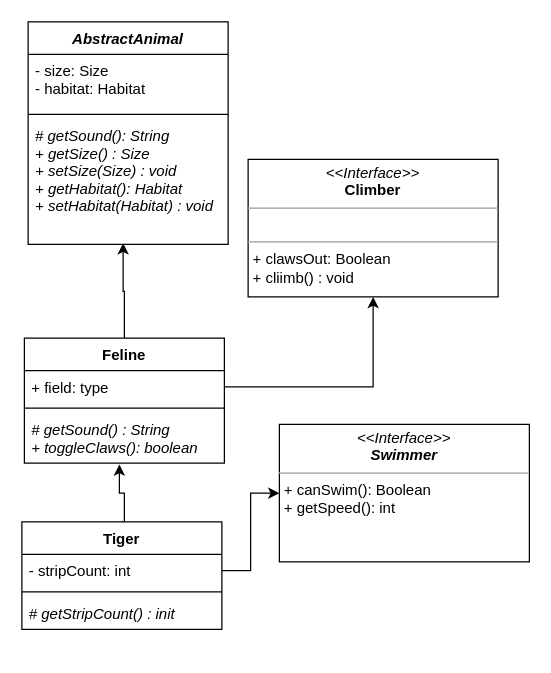
Earlier version of the draw.io diagram KnowledgeChecks/src/Polymorphism25/UMLDesign.drawio (coloradostateuniversity/CSUCS1ClassExamples). Source tidied: cells renumbered, new cells numbered last; positions are measured from the earlier drawing's top-left corner, leaving out a move shared by most shapes. Both pictures are drawn from the tidied source at 125%, with x=0, y=0 at pixel (21, 21).
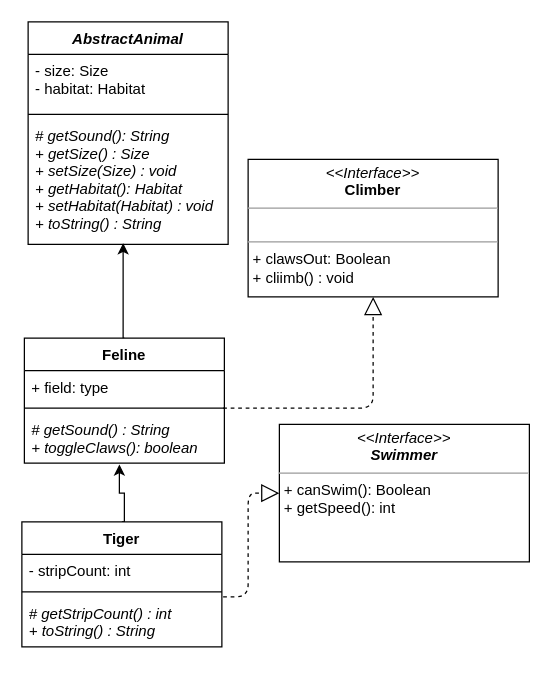
After the change.

The change refers to these unchanged cells:
```xml
<mxCell id="3" value="&lt;p style=&quot;margin: 0px ; margin-top: 4px ; text-align: center&quot;&gt;&lt;i&gt;&amp;lt;&amp;lt;Interface&amp;gt;&amp;gt;&lt;/i&gt;&lt;br&gt;&lt;b&gt;Climber&lt;/b&gt;&lt;/p&gt;&lt;hr size=&quot;1&quot;&gt;&lt;p style=&quot;margin: 0px ; margin-left: 4px&quot;&gt;&lt;br&gt;&lt;/p&gt;&lt;hr size=&quot;1&quot;&gt;&lt;p style=&quot;margin: 0px ; margin-left: 4px&quot;&gt;+ clawsOut: Boolean&lt;br&gt;&lt;/p&gt;&lt;p style=&quot;margin: 0px ; margin-left: 4px&quot;&gt;+ cliimb() : void&lt;/p&gt;" style="verticalAlign=top;align=left;overflow=fill;fontSize=12;fontFamily=Helvetica;html=1;" parent="1" vertex="1">
  <mxGeometry x="181" y="110" width="200" height="110" as="geometry" />
</mxCell>
<mxCell id="5" value="AbstractAnimal" style="swimlane;fontStyle=3;align=center;verticalAlign=top;horizontal=1;startSize=26;" parent="1" vertex="1">
  <mxGeometry x="5" width="160" height="178" as="geometry" />
</mxCell>
<mxCell id="9" value="Feline" style="swimlane;fontStyle=1;align=center;verticalAlign=top;horizontal=1;startSize=26;" parent="1" vertex="1">
  <mxGeometry x="2" y="253" width="160" height="100" as="geometry" />
</mxCell>
<mxCell id="10" value="+ field: type" style="text;strokeColor=none;fillColor=none;align=left;verticalAlign=top;spacingLeft=4;spacingRight=4;overflow=hidden;points=[[0,0.5],[1,0.5]];portConstraint=eastwest;" parent="9" vertex="1">
  <mxGeometry y="26" width="160" height="26" as="geometry" />
</mxCell>
<mxCell id="12" value="# getSound() : String&#10;+ toggleClaws(): boolean" style="text;strokeColor=none;fillColor=none;align=left;verticalAlign=top;spacingLeft=4;spacingRight=4;overflow=hidden;points=[[0,0.5],[1,0.5]];portConstraint=eastwest;fontStyle=2;" parent="9" vertex="1">
  <mxGeometry y="60" width="160" height="40" as="geometry" />
</mxCell>
<mxCell id="13" value="&lt;p style=&quot;margin: 0px ; margin-top: 4px ; text-align: center&quot;&gt;&lt;i&gt;&amp;lt;&amp;lt;Interface&amp;gt;&amp;gt;&lt;br&gt;&lt;b&gt;Swimmer&lt;/b&gt;&lt;/i&gt;&lt;/p&gt;&lt;hr size=&quot;1&quot;&gt;&lt;p style=&quot;margin: 0px ; margin-left: 4px&quot;&gt;+ canSwim(): Boolean&lt;br&gt;&lt;/p&gt;&lt;p style=&quot;margin: 0px ; margin-left: 4px&quot;&gt;+ getSpeed(): int&lt;/p&gt;" style="verticalAlign=top;align=left;overflow=fill;fontSize=12;fontFamily=Helvetica;html=1;" parent="1" vertex="1">
  <mxGeometry x="206" y="322" width="200" height="110" as="geometry" />
</mxCell>
<mxCell id="17" value="- stripCount: int" style="text;strokeColor=none;fillColor=none;align=left;verticalAlign=top;spacingLeft=4;spacingRight=4;overflow=hidden;points=[[0,0.5],[1,0.5]];portConstraint=eastwest;" parent="16" vertex="1">
  <mxGeometry y="26" width="160" height="26" as="geometry" />
</mxCell>
```

Diff of the diagram source:
```diff
@@
     <mxCell id="2" style="edgeStyle=orthogonalEdgeStyle;rounded=0;jettySize=auto;html=1;exitX=0.5;exitY=0;exitDx=0;exitDy=0;entryX=0.475;entryY=0.99;entryDx=0;entryDy=0;entryPerimeter=0;" parent="1" edge="1" source="9" target="8">
-      <mxGeometry relative="1" as="geometry" />
+      <mxGeometry relative="1" as="geometry">
+        <Array as="points">
+          <mxPoint x="81" y="253" />
+        </Array>
+      </mxGeometry>
     </mxCell>
@@
-    <mxCell id="4" style="edgeStyle=orthogonalEdgeStyle;rounded=0;jettySize=auto;html=1;exitX=1;exitY=0.5;exitDx=0;exitDy=0;" parent="1" edge="1" source="10" target="3">
-      <mxGeometry relative="1" as="geometry" />
-    </mxCell>
@@
-    <mxCell id="8" value="# getSound(): String&#10;+ getSize() : Size&#10;+ setSize(Size) : void&#10;+ getHabitat(): Habitat&#10;+ setHabitat(Habitat) : void" style="text;strokeColor=none;fillColor=none;align=left;verticalAlign=top;spacingLeft=4;spacingRight=4;overflow=hidden;points=[[0,0.5],[1,0.5]];portConstraint=eastwest;fontStyle=2;" parent="5" vertex="1">
+    <mxCell id="8" value="# getSound(): String&#10;+ getSize() : Size&#10;+ setSize(Size) : void&#10;+ getHabitat(): Habitat&#10;+ setHabitat(Habitat) : void&#10;+ toString() : String" style="text;strokeColor=none;fillColor=none;align=left;verticalAlign=top;spacingLeft=4;spacingRight=4;overflow=hidden;points=[[0,0.5],[1,0.5]];portConstraint=eastwest;fontStyle=2;" parent="5" vertex="1">
       <mxGeometry y="78" width="160" height="100" as="geometry" />
     </mxCell>
@@
-    <mxCell id="14" style="edgeStyle=orthogonalEdgeStyle;rounded=0;jettySize=auto;html=1;exitX=1;exitY=0.5;exitDx=0;exitDy=0;" parent="1" edge="1" source="17" target="13">
-      <mxGeometry relative="1" as="geometry" />
-    </mxCell>
@@
     <mxCell id="16" value="Tiger" style="swimlane;fontStyle=1;align=center;verticalAlign=top;horizontal=1;startSize=26;" parent="1" vertex="1">
-      <mxGeometry y="400" width="160" height="86" as="geometry" />
+      <mxGeometry y="400" width="160" height="100" as="geometry" />
     </mxCell>
@@
-    <mxCell id="19" value="# getStripCount() : init" style="text;strokeColor=none;fillColor=none;align=left;verticalAlign=top;spacingLeft=4;spacingRight=4;overflow=hidden;fontStyle=2;" parent="16" vertex="1">
-      <mxGeometry y="60" width="160" height="26" as="geometry" />
+    <mxCell id="19" value="# getStripCount() : int&#10;+ toString() : String" style="text;strokeColor=none;fillColor=none;align=left;verticalAlign=top;spacingLeft=4;spacingRight=4;overflow=hidden;fontStyle=2;" parent="16" vertex="1">
+      <mxGeometry y="60" width="160" height="40" as="geometry" />
     </mxCell>
+    <mxCell id="20" style="endArrow=block;dashed=1;endFill=0;endSize=12;html=1;entryX=0;entryY=0.5;entryDx=0;entryDy=0;" parent="1" edge="1" target="13">
+      <mxGeometry relative="1" as="geometry">
+        <mxPoint x="161" y="460" as="sourcePoint" />
+        <Array as="points">
+          <mxPoint x="181" y="460" />
+          <mxPoint x="181" y="377" />
+        </Array>
+      </mxGeometry>
+    </mxCell>
+    <mxCell id="21" style="endArrow=block;dashed=1;endFill=0;endSize=12;html=1;exitX=0.994;exitY=-0.1;exitDx=0;exitDy=0;exitPerimeter=0;entryX=0.5;entryY=1;entryDx=0;entryDy=0;" parent="1" edge="1" source="12" target="3">
+      <mxGeometry relative="1" as="geometry">
+        <Array as="points">
+          <mxPoint x="281" y="309" />
+        </Array>
+      </mxGeometry>
+    </mxCell>
```
